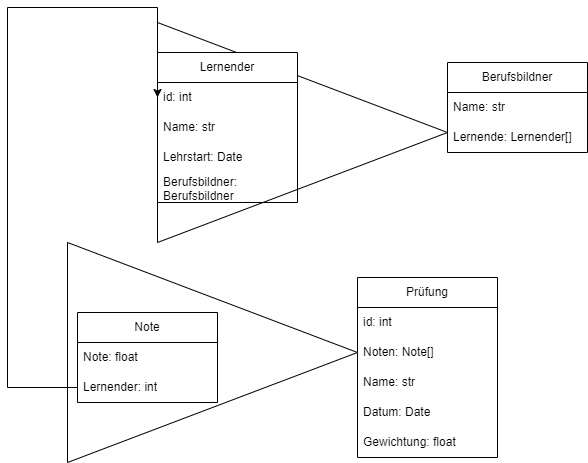
This is kn-m-02/scheme.png from mariotraub/m165, a draw.io export, as it was before one commit. Source tidied: cells renumbered, new cells last; positions are measured from the earlier drawing's top-left corner, leaving out a move shared by most shapes.
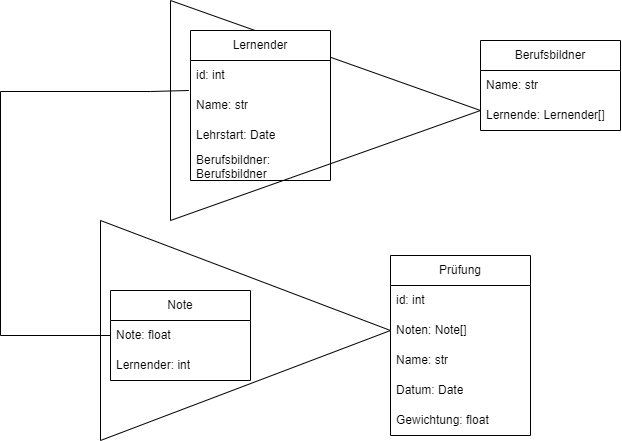
After the change.

The edit, as a diff of the source:
```diff
@@ -3,7 +3,7 @@
     <mxCell id="0" />
     <mxCell id="1" parent="0" />
     <mxCell id="2" style="triangle;whiteSpace=wrap;html=1;rotation=0;" parent="1" vertex="1">
-      <mxGeometry x="150" y="15" width="290" height="220" as="geometry" />
+      <mxGeometry x="130" y="15" width="310" height="220" as="geometry" />
     </mxCell>
     <mxCell id="3" value="Berufsbildner" style="swimlane;fontStyle=0;horizontal=1;startSize=30;whiteSpace=wrap;html=1;" parent="1" vertex="1">
       <mxGeometry x="440" y="55" width="140" height="90" as="geometry" />
@@ -44,11 +44,13 @@
     <mxCell id="15" value="Lernender: int" style="text;strokeColor=none;fillColor=none;align=left;verticalAlign=middle;spacingLeft=4;spacingRight=4;overflow=hidden;points=[[0,0.5],[1,0.5]];portConstraint=eastwest;whiteSpace=wrap;html=1;" parent="13" vertex="1">
       <mxGeometry y="60" width="140" height="30" as="geometry" />
     </mxCell>
-    <mxCell id="16" style="edgeStyle=orthogonalEdgeStyle;rounded=0;jettySize=auto;html=1;entryX=0;entryY=0.5;entryDx=0;entryDy=0;" parent="1" edge="1" source="15" target="18">
+    <mxCell id="16" style="edgeStyle=orthogonalEdgeStyle;rounded=0;jettySize=auto;html=1;entryX=-0.012;entryY=0.129;entryDx=0;entryDy=0;entryPerimeter=0;exitX=0;exitY=0.5;exitDx=0;exitDy=0;endArrow=none;startFill=0;" parent="1" edge="1" source="14">
       <mxGeometry relative="1" as="geometry">
+        <mxPoint x="148.3" y="105" as="targetPoint" />
         <Array as="points">
-          <mxPoint y="380" />
-          <mxPoint />
+          <mxPoint x="-40" y="350" />
+          <mxPoint x="-40" y="106" />
+          <mxPoint x="110" y="106" />
         </Array>
       </mxGeometry>
     </mxCell>
```
